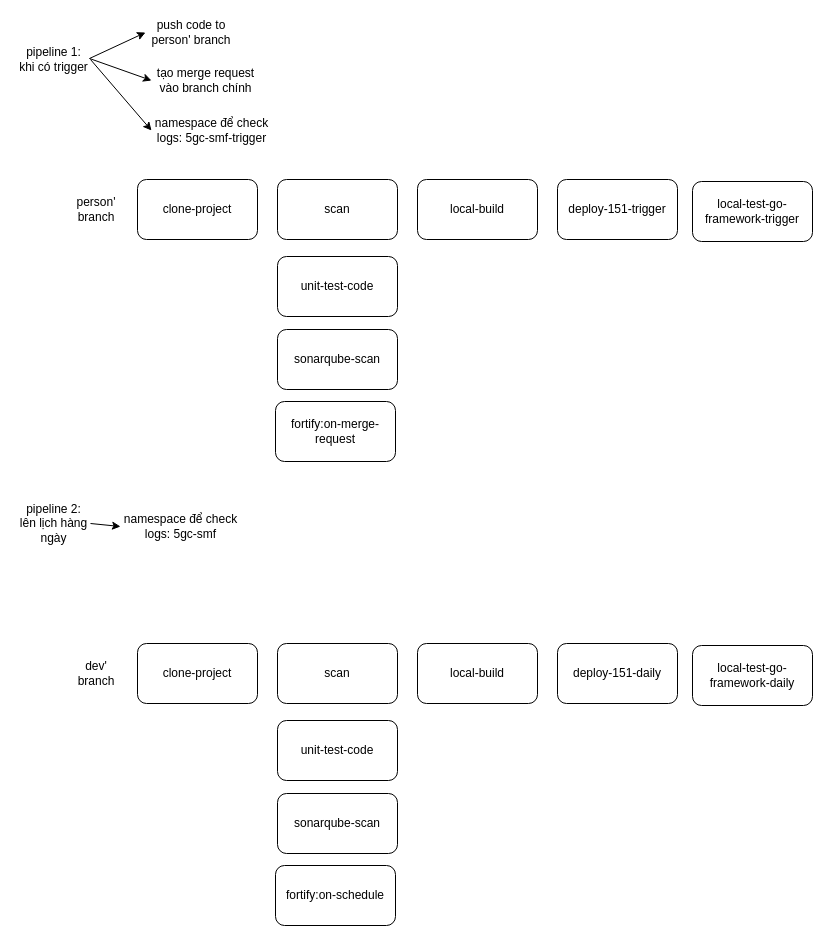
trinhmn49/Thuc_hanh_PTUDDD keeps this draw.io diagram as CI.drawio. Above is the earlier version. Source tidied: cells renumbered, new cells numbered last; positions are measured from the earlier drawing's top-left corner, leaving out a move shared by most shapes. Both pictures are drawn from the tidied source at 100%, with x=0, y=0 at pixel (17, 17).
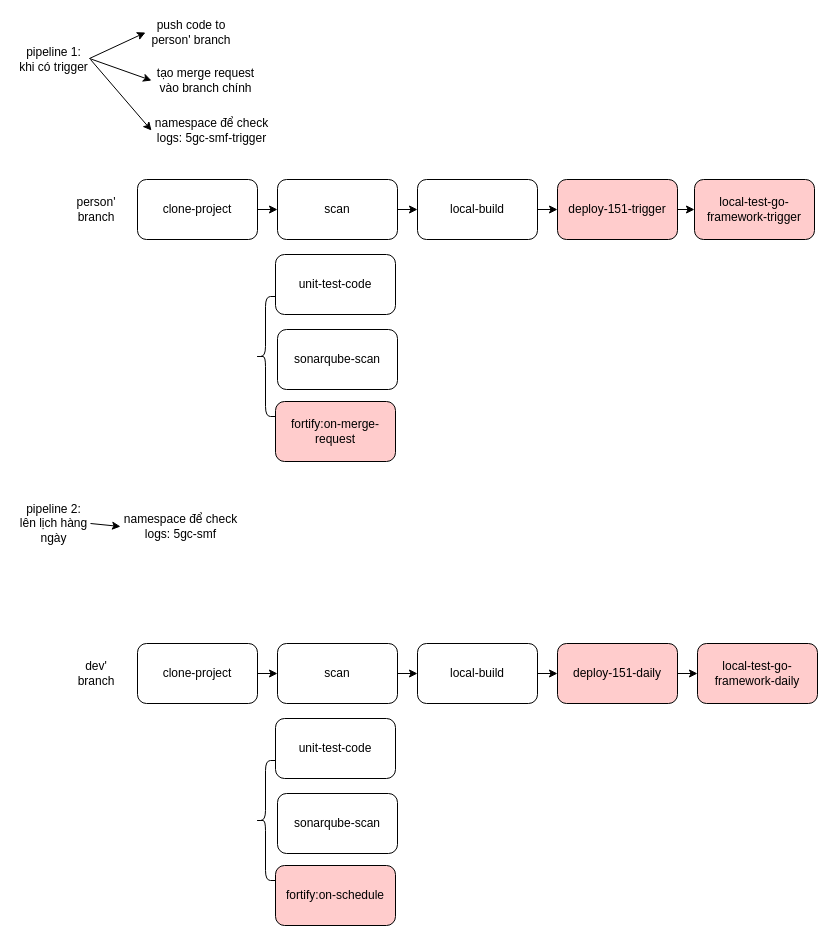
The same page after the edit.

The change refers to these unchanged cells:
```xml
<mxCell id="2" value="clone-project" style="rounded=1;whiteSpace=wrap;html=1;" parent="1" vertex="1">
  <mxGeometry x="120" y="162" width="120" height="60" as="geometry" />
</mxCell>
<mxCell id="4" value="scan" style="rounded=1;whiteSpace=wrap;html=1;" parent="1" vertex="1">
  <mxGeometry x="260" y="162" width="120" height="60" as="geometry" />
</mxCell>
<mxCell id="8" value="local-build" style="rounded=1;whiteSpace=wrap;html=1;" parent="1" vertex="1">
  <mxGeometry x="400" y="162" width="120" height="60" as="geometry" />
</mxCell>
<mxCell id="15" value="clone-project" style="rounded=1;whiteSpace=wrap;html=1;" parent="1" vertex="1">
  <mxGeometry x="120" y="626" width="120" height="60" as="geometry" />
</mxCell>
<mxCell id="17" value="scan" style="rounded=1;whiteSpace=wrap;html=1;" parent="1" vertex="1">
  <mxGeometry x="260" y="626" width="120" height="60" as="geometry" />
</mxCell>
<mxCell id="21" value="local-build" style="rounded=1;whiteSpace=wrap;html=1;" parent="1" vertex="1">
  <mxGeometry x="400" y="626" width="120" height="60" as="geometry" />
</mxCell>
```

Change to the diagram source:
```diff
@@
-    <mxCell id="5" value="sonarqube-scan" style="rounded=1;whiteSpace=wrap;html=1;" parent="1" vertex="1">
+    <mxCell id="5" value="sonarqube-scan" style="rounded=1;whiteSpace=wrap;html=1;fillColor=#FFFFFF;" parent="1" vertex="1">
       <mxGeometry x="260" y="312" width="120" height="60" as="geometry" />
     </mxCell>
     <mxCell id="6" value="unit-test-code" style="rounded=1;whiteSpace=wrap;html=1;" parent="1" vertex="1">
-      <mxGeometry x="260" y="239" width="120" height="60" as="geometry" />
+      <mxGeometry x="258" y="237" width="120" height="60" as="geometry" />
     </mxCell>
-    <mxCell id="7" value="fortify:on-merge-request" style="rounded=1;whiteSpace=wrap;html=1;" parent="1" vertex="1">
+    <mxCell id="7" value="fortify:on-merge-request" style="rounded=1;whiteSpace=wrap;html=1;fillColor=#FFCCCC;" parent="1" vertex="1">
       <mxGeometry x="258" y="384" width="120" height="60" as="geometry" />
     </mxCell>
@@
-    <mxCell id="9" value="deploy-151-trigger" style="rounded=1;whiteSpace=wrap;html=1;" parent="1" vertex="1">
+    <mxCell id="9" value="deploy-151-trigger" style="rounded=1;whiteSpace=wrap;html=1;fillColor=#FFCCCC;" parent="1" vertex="1">
       <mxGeometry x="540" y="162" width="120" height="60" as="geometry" />
     </mxCell>
-    <mxCell id="10" value="local-test-go-framework-trigger" style="rounded=1;whiteSpace=wrap;html=1;" parent="1" vertex="1">
-      <mxGeometry x="675" y="164" width="120" height="60" as="geometry" />
+    <mxCell id="10" value="local-test-go-framework-trigger" style="rounded=1;whiteSpace=wrap;html=1;fillColor=#FFCCCC;" parent="1" vertex="1">
+      <mxGeometry x="677" y="162" width="120" height="60" as="geometry" />
     </mxCell>
@@
     <mxCell id="19" value="unit-test-code" style="rounded=1;whiteSpace=wrap;html=1;" parent="1" vertex="1">
-      <mxGeometry x="260" y="703" width="120" height="60" as="geometry" />
+      <mxGeometry x="258" y="701" width="120" height="60" as="geometry" />
     </mxCell>
-    <mxCell id="20" value="fortify:on-schedule" style="rounded=1;whiteSpace=wrap;html=1;" parent="1" vertex="1">
+    <mxCell id="20" value="fortify:on-schedule" style="rounded=1;whiteSpace=wrap;html=1;fillColor=#FFCCCC;" parent="1" vertex="1">
       <mxGeometry x="258" y="848" width="120" height="60" as="geometry" />
     </mxCell>
@@
-    <mxCell id="22" value="deploy-151-daily" style="rounded=1;whiteSpace=wrap;html=1;" parent="1" vertex="1">
+    <mxCell id="22" value="deploy-151-daily" style="rounded=1;whiteSpace=wrap;html=1;fillColor=#FFCCCC;" parent="1" vertex="1">
       <mxGeometry x="540" y="626" width="120" height="60" as="geometry" />
     </mxCell>
-    <mxCell id="23" value="local-test-go-framework-daily" style="rounded=1;whiteSpace=wrap;html=1;" parent="1" vertex="1">
-      <mxGeometry x="675" y="628" width="120" height="60" as="geometry" />
+    <mxCell id="23" value="local-test-go-framework-daily" style="rounded=1;whiteSpace=wrap;html=1;fillColor=#FFCCCC;" parent="1" vertex="1">
+      <mxGeometry x="680" y="626" width="120" height="60" as="geometry" />
     </mxCell>
@@
+    <mxCell id="29" style="endArrow=classic;html=1;rounded=0;exitX=1;exitY=0.5;exitDx=0;exitDy=0;entryX=0;entryY=0.5;entryDx=0;entryDy=0;" parent="1" edge="1" source="2" target="4">
+      <mxGeometry relative="1" as="geometry" />
+    </mxCell>
+    <mxCell id="30" style="endArrow=classic;html=1;rounded=0;exitX=1;exitY=0.5;exitDx=0;exitDy=0;entryX=0;entryY=0.5;entryDx=0;entryDy=0;" parent="1" edge="1" source="4" target="8">
+      <mxGeometry relative="1" as="geometry" />
+    </mxCell>
+    <mxCell id="31" style="endArrow=classic;html=1;rounded=0;exitX=1;exitY=0.5;exitDx=0;exitDy=0;entryX=0;entryY=0.5;entryDx=0;entryDy=0;" parent="1" edge="1" source="8" target="9">
+      <mxGeometry relative="1" as="geometry" />
+    </mxCell>
+    <mxCell id="32" style="endArrow=classic;html=1;rounded=0;exitX=1;exitY=0.5;exitDx=0;exitDy=0;" parent="1" edge="1" source="9" target="10">
+      <mxGeometry relative="1" as="geometry" />
+    </mxCell>
+    <mxCell id="33" style="shape=curlyBracket;whiteSpace=wrap;html=1;rounded=1;labelPosition=left;verticalLabelPosition=middle;align=right;verticalAlign=middle;" parent="1" vertex="1">
+      <mxGeometry x="238" y="279" width="20" height="120" as="geometry" />
+    </mxCell>
+    <mxCell id="34" style="endArrow=classic;html=1;rounded=0;exitX=1;exitY=0.5;exitDx=0;exitDy=0;" parent="1" edge="1" source="15" target="17">
+      <mxGeometry relative="1" as="geometry" />
+    </mxCell>
+    <mxCell id="35" style="endArrow=classic;html=1;rounded=0;exitX=1;exitY=0.5;exitDx=0;exitDy=0;" parent="1" edge="1" source="17" target="21">
+      <mxGeometry relative="1" as="geometry" />
+    </mxCell>
+    <mxCell id="36" style="endArrow=classic;html=1;rounded=0;exitX=1;exitY=0.5;exitDx=0;exitDy=0;entryX=0;entryY=0.5;entryDx=0;entryDy=0;" parent="1" edge="1" source="21" target="22">
+      <mxGeometry relative="1" as="geometry" />
+    </mxCell>
+    <mxCell id="37" style="endArrow=classic;html=1;rounded=0;exitX=1;exitY=0.5;exitDx=0;exitDy=0;" parent="1" edge="1" source="22" target="23">
+      <mxGeometry relative="1" as="geometry" />
+    </mxCell>
+    <mxCell id="38" style="shape=curlyBracket;whiteSpace=wrap;html=1;rounded=1;labelPosition=left;verticalLabelPosition=middle;align=right;verticalAlign=middle;" parent="1" vertex="1">
+      <mxGeometry x="238" y="743" width="20" height="120" as="geometry" />
+    </mxCell>
```
